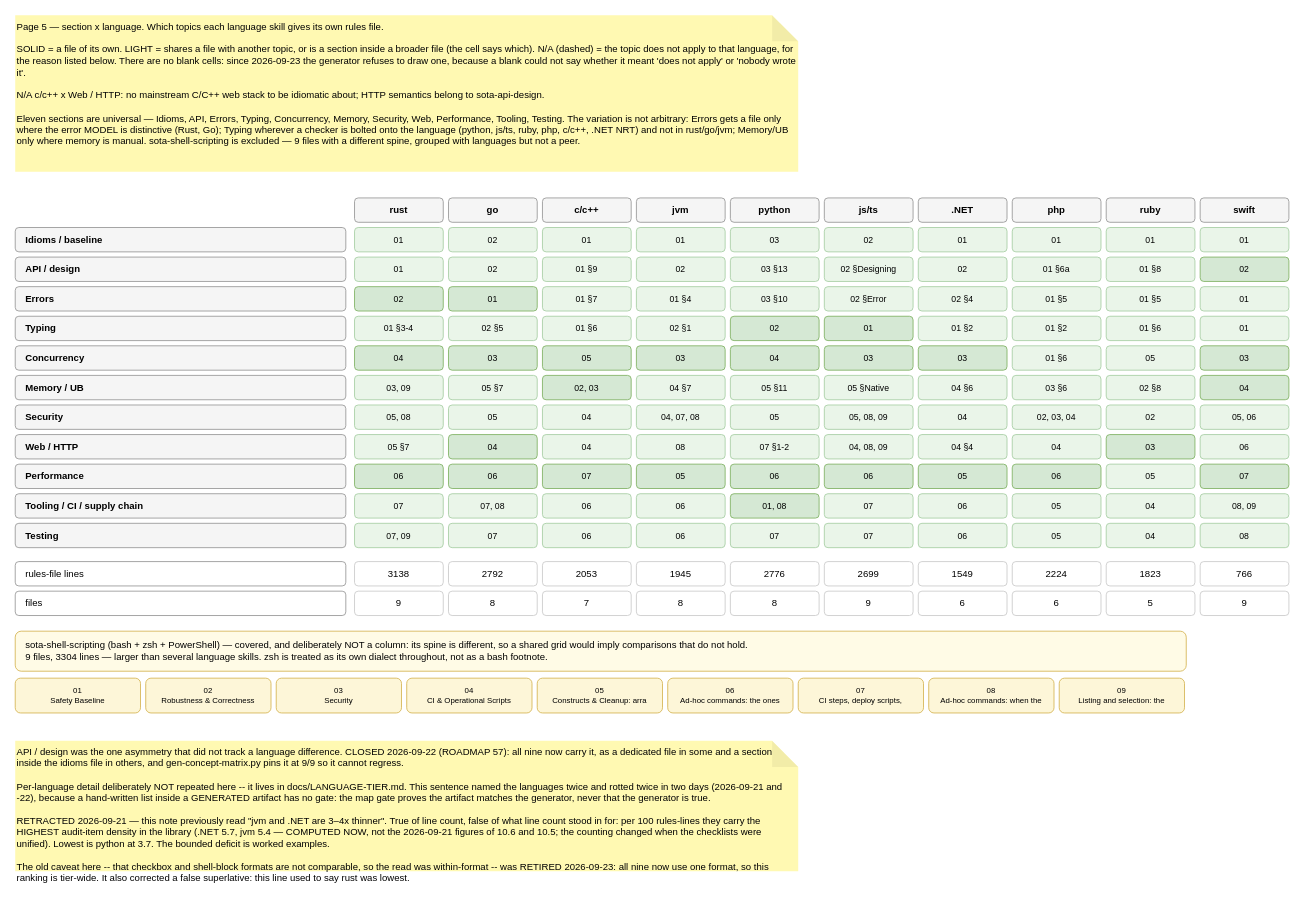
Above: page "5 · Section x language" (5 of 8) of docs/skill-map.drawio in martinholovsky/SOTA-skills (draw.io), before the change. Source tidied: cells renumbered, new cells numbered last; positions are measured from the earlier drawing's top-left corner, leaving out a move shared by most shapes. Both pictures are drawn from the tidied source at 87%, with x=0, y=0 at pixel (15, 15).
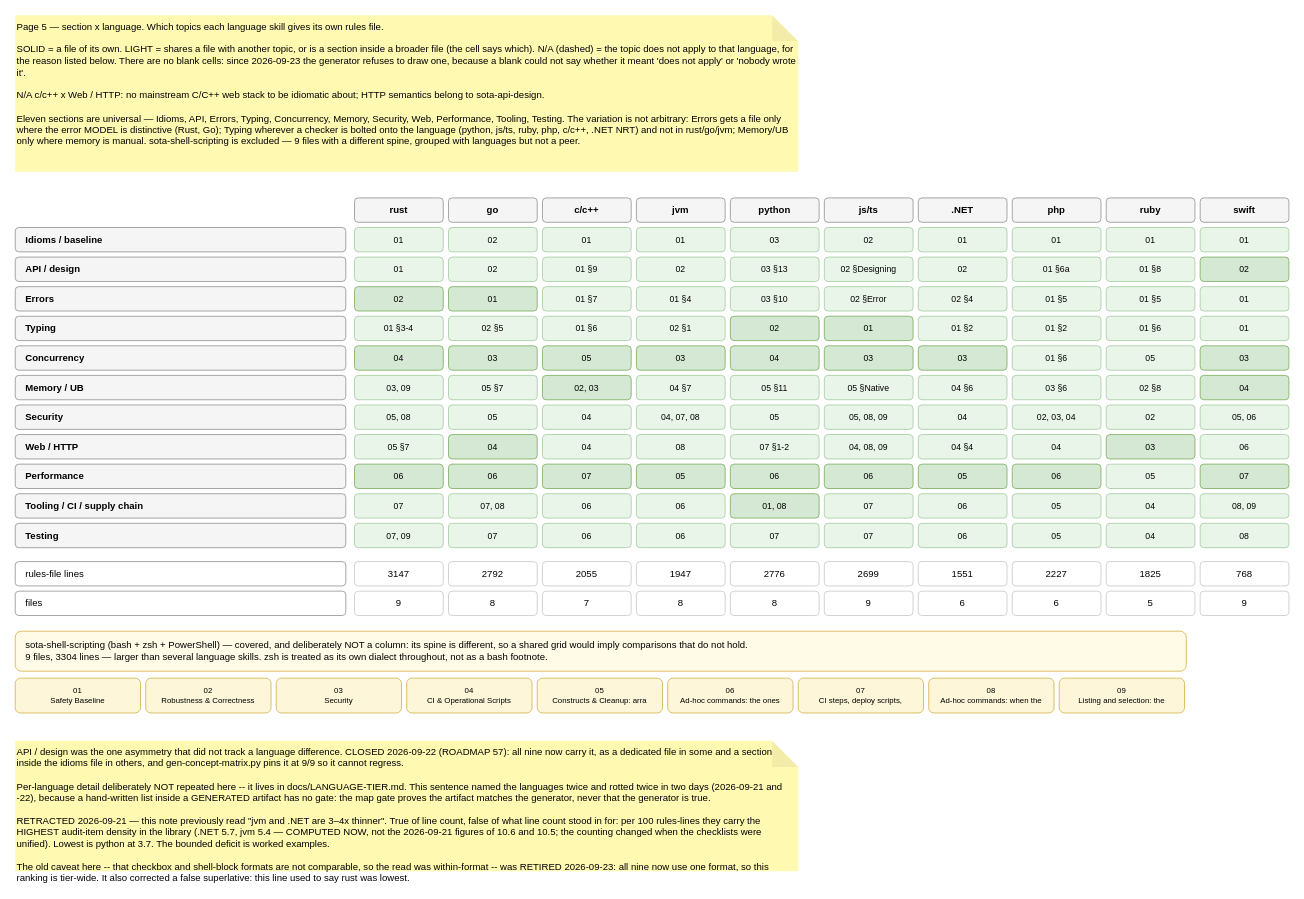
The same page after the edit.

The edit, as a diff of the source:
```diff
@@
-    <mxCell id="135" value="3138" style="rounded=1;whiteSpace=wrap;html=1;fontSize=11;fillColor=#ffffff;strokeColor=#cccccc;fontSize=11;" parent="1" vertex="1">
+    <mxCell id="135" value="3147" style="rounded=1;whiteSpace=wrap;html=1;fontSize=11;fillColor=#ffffff;strokeColor=#cccccc;fontSize=11;" parent="1" vertex="1">
       <mxGeometry x="390" y="628" width="102" height="28" as="geometry" />
     </mxCell>
@@
-    <mxCell id="137" value="2053" style="rounded=1;whiteSpace=wrap;html=1;fontSize=11;fillColor=#ffffff;strokeColor=#cccccc;fontSize=11;" parent="1" vertex="1">
+    <mxCell id="137" value="2055" style="rounded=1;whiteSpace=wrap;html=1;fontSize=11;fillColor=#ffffff;strokeColor=#cccccc;fontSize=11;" parent="1" vertex="1">
       <mxGeometry x="606" y="628" width="102" height="28" as="geometry" />
     </mxCell>
-    <mxCell id="138" value="1945" style="rounded=1;whiteSpace=wrap;html=1;fontSize=11;fillColor=#ffffff;strokeColor=#cccccc;fontSize=11;" parent="1" vertex="1">
+    <mxCell id="138" value="1947" style="rounded=1;whiteSpace=wrap;html=1;fontSize=11;fillColor=#ffffff;strokeColor=#cccccc;fontSize=11;" parent="1" vertex="1">
       <mxGeometry x="714" y="628" width="102" height="28" as="geometry" />
     </mxCell>
@@
-    <mxCell id="141" value="1549" style="rounded=1;whiteSpace=wrap;html=1;fontSize=11;fillColor=#ffffff;strokeColor=#cccccc;fontSize=11;" parent="1" vertex="1">
+    <mxCell id="141" value="1551" style="rounded=1;whiteSpace=wrap;html=1;fontSize=11;fillColor=#ffffff;strokeColor=#cccccc;fontSize=11;" parent="1" vertex="1">
       <mxGeometry x="1038" y="628" width="102" height="28" as="geometry" />
     </mxCell>
-    <mxCell id="142" value="2224" style="rounded=1;whiteSpace=wrap;html=1;fontSize=11;fillColor=#ffffff;strokeColor=#cccccc;fontSize=11;" parent="1" vertex="1">
+    <mxCell id="142" value="2227" style="rounded=1;whiteSpace=wrap;html=1;fontSize=11;fillColor=#ffffff;strokeColor=#cccccc;fontSize=11;" parent="1" vertex="1">
       <mxGeometry x="1146" y="628" width="102" height="28" as="geometry" />
     </mxCell>
-    <mxCell id="143" value="1823" style="rounded=1;whiteSpace=wrap;html=1;fontSize=11;fillColor=#ffffff;strokeColor=#cccccc;fontSize=11;" parent="1" vertex="1">
+    <mxCell id="143" value="1825" style="rounded=1;whiteSpace=wrap;html=1;fontSize=11;fillColor=#ffffff;strokeColor=#cccccc;fontSize=11;" parent="1" vertex="1">
       <mxGeometry x="1254" y="628" width="102" height="28" as="geometry" />
     </mxCell>
-    <mxCell id="144" value="766" style="rounded=1;whiteSpace=wrap;html=1;fontSize=11;fillColor=#ffffff;strokeColor=#cccccc;fontSize=11;" parent="1" vertex="1">
+    <mxCell id="144" value="768" style="rounded=1;whiteSpace=wrap;html=1;fontSize=11;fillColor=#ffffff;strokeColor=#cccccc;fontSize=11;" parent="1" vertex="1">
       <mxGeometry x="1362" y="628" width="102" height="28" as="geometry" />
     </mxCell>
```
